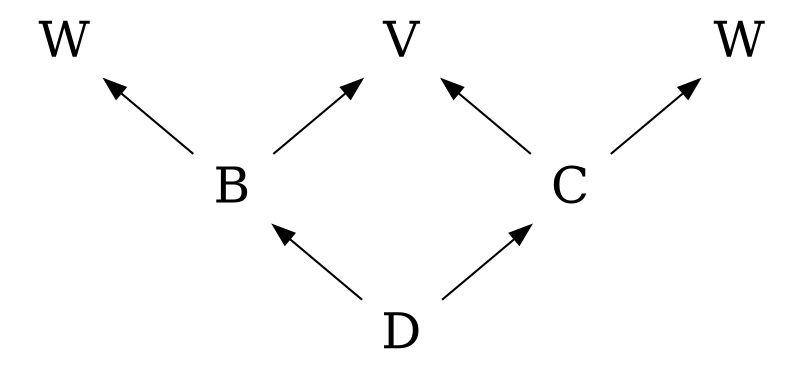
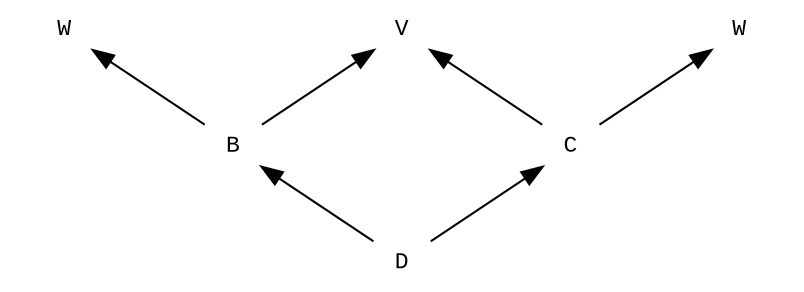
digraph virt {
    graph [nodesep=1.5, rankdir=BT];

-     W1 [label = "W", shape=plaintext, height=.1, fontsize=24];
-     V [shape=plaintext, height=.1, fontsize=24];
-     W2 [label = "W", shape=plaintext, height=.1, fontsize=24];
-     B [shape=plaintext, height=.1, fontsize=24];
-     C [shape=plaintext, height=.1, fontsize=24];
-     D [shape=plaintext, height=.1, fontsize=24];
+     W1 [label = "W", shape=plaintext, height=.1, fontsize=11, fontname="Courier New"];
+     V [shape=plaintext, height=.1, fontsize=11, fontname="Courier New"];
+     W2 [label = "W", shape=plaintext, height=.1, fontsize=11, fontname="Courier New"];
+     B [shape=plaintext, height=.1, fontsize=11, fontname="Courier New"];
+     C [shape=plaintext, height=.1, fontsize=11, fontname="Courier New"];
+     D [shape=plaintext, height=.1, fontsize=11, fontname="Courier New"];

    D -> B;
    D -> C;
    B -> V;
    C -> V;
    B -> W1;
    C -> W2;
- }+ }
